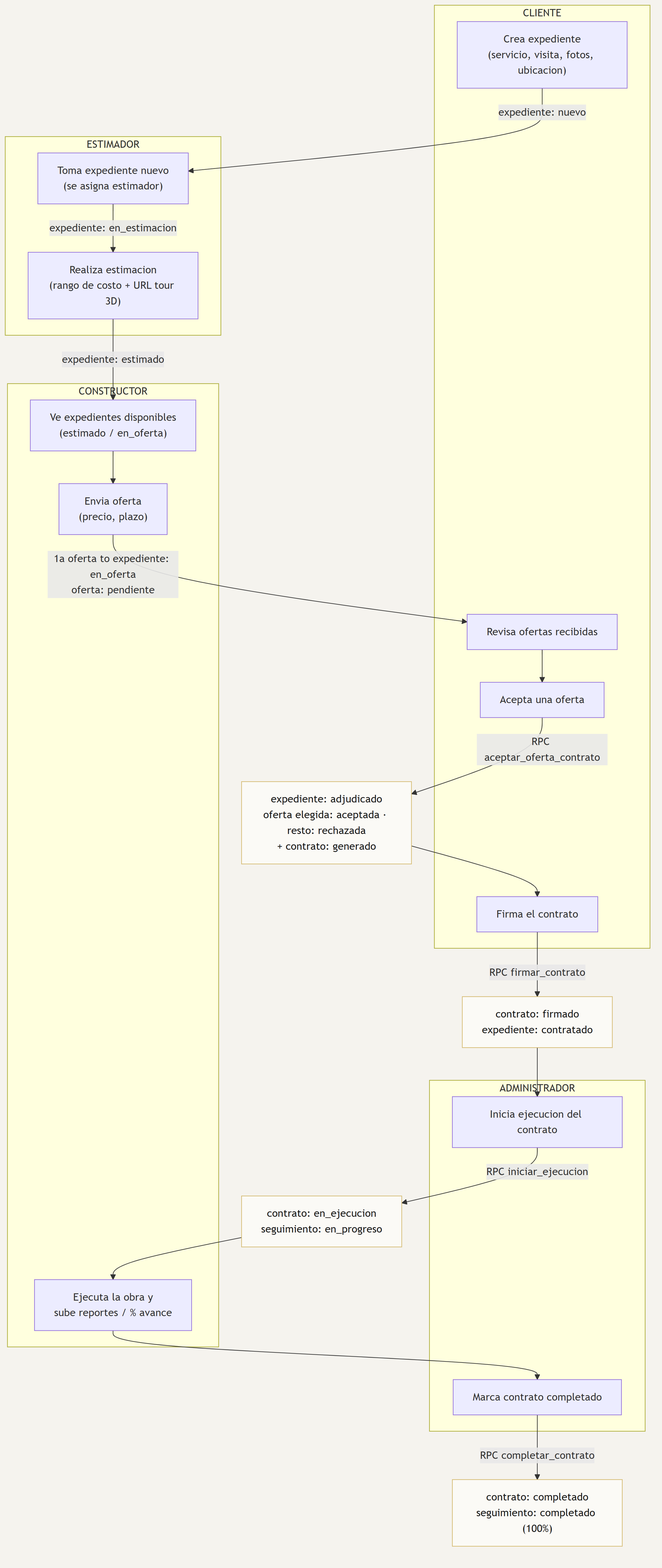
Before: docs/diagramas/01-flujo-extremo-a-extremo.png, a diagram exported from Mermaid (mynhar/Estimation3D). Its source is kept beside it as docs/diagramas/01-flujo-extremo-a-extremo.mmd. The source it was exported from:
```mermaid
flowchart TD
    subgraph CLIENTE
        A1["Crea expediente<br/>(servicio, visita, fotos, ubicacion)"]
        A2["Revisa ofertas recibidas"]
        A3["Acepta una oferta"]
        A4["Firma el contrato"]
    end

    subgraph ESTIMADOR
        B1["Toma expediente nuevo<br/>(se asigna estimador)"]
        B2["Realiza estimacion<br/>(rango de costo + URL tour 3D)"]
    end

    subgraph CONSTRUCTOR
        C1["Ve expedientes disponibles<br/>(estimado / en_oferta)"]
        C2["Envia oferta<br/>(precio, plazo)"]
        C3["Ejecuta la obra y<br/>sube reportes / % avance"]
    end

    subgraph ADMINISTRADOR
        D1["Inicia ejecucion del contrato"]
        D2["Marca contrato completado"]
    end

    A1 -->|expediente: nuevo| B1
    B1 -->|expediente: en_estimacion| B2
    B2 -->|expediente: estimado| C1
    C1 --> C2
    C2 -->|1a oferta to expediente: en_oferta<br/>oferta: pendiente| A2
    A2 --> A3
    A3 -->|RPC aceptar_oferta_contrato| ADJ
    ADJ["expediente: adjudicado<br/>oferta elegida: aceptada · resto: rechazada<br/>+ contrato: generado"] --> A4
    A4 -->|RPC firmar_contrato| FIRM
    FIRM["contrato: firmado<br/>expediente: contratado"] --> D1
    D1 -->|RPC iniciar_ejecucion| EJEC
    EJEC["contrato: en_ejecucion<br/>seguimiento: en_progreso"] --> C3
    C3 --> D2
    D2 -->|RPC completar_contrato| FIN
    FIN["contrato: completado<br/>seguimiento: completado (100%)"]

    classDef estado fill:#FBFAF6,stroke:#D4B96E,color:#1A1A1A;
    class ADJ,FIRM,EJEC,FIN estado;
```
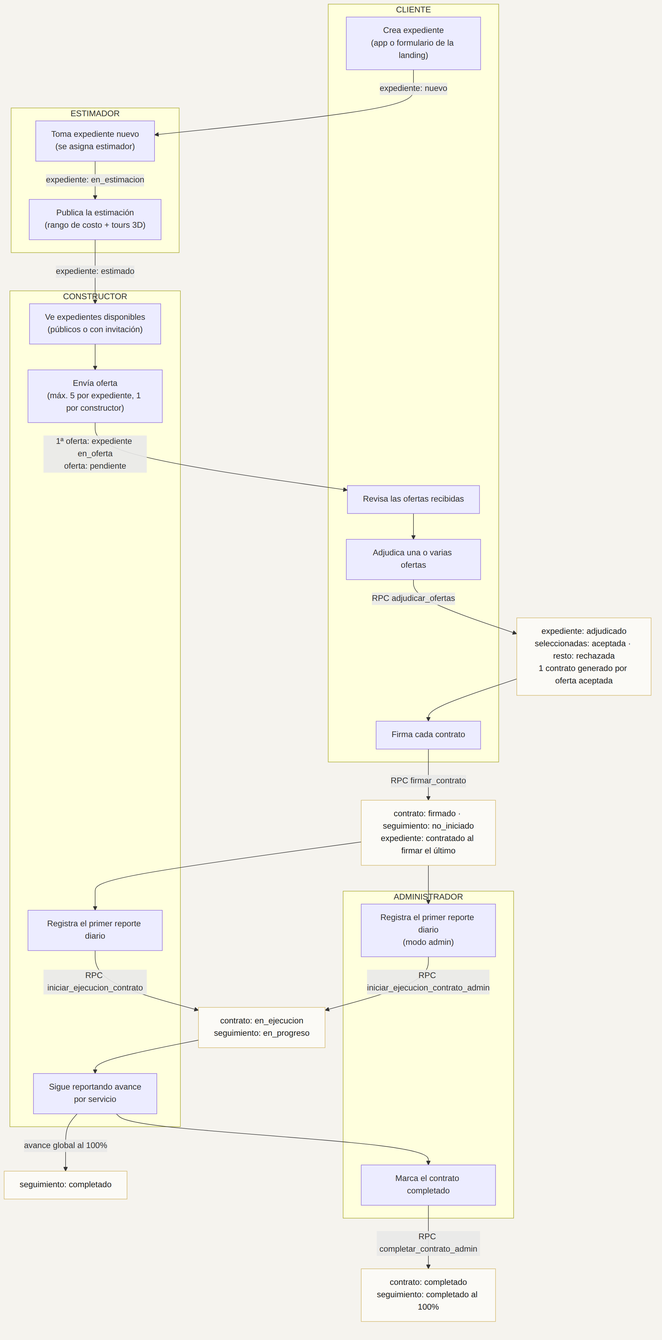
Later version of the same file.

Diff of the diagram source:
```diff
@@ -1,42 +1,45 @@
 flowchart TD
     subgraph CLIENTE
-        A1["Crea expediente<br/>(servicio, visita, fotos, ubicacion)"]
-        A2["Revisa ofertas recibidas"]
-        A3["Acepta una oferta"]
-        A4["Firma el contrato"]
+        A1["Crea expediente<br/>(app o formulario de la landing)"]
+        A2["Revisa las ofertas recibidas"]
+        A3["Adjudica una o varias ofertas"]
+        A4["Firma cada contrato"]
     end
 
     subgraph ESTIMADOR
         B1["Toma expediente nuevo<br/>(se asigna estimador)"]
-        B2["Realiza estimacion<br/>(rango de costo + URL tour 3D)"]
+        B2["Publica la estimación<br/>(rango de costo + tours 3D)"]
     end
 
     subgraph CONSTRUCTOR
-        C1["Ve expedientes disponibles<br/>(estimado / en_oferta)"]
-        C2["Envia oferta<br/>(precio, plazo)"]
-        C3["Ejecuta la obra y<br/>sube reportes / % avance"]
+        C1["Ve expedientes disponibles<br/>(públicos o con invitación)"]
+        C2["Envía oferta<br/>(máx. 5 por expediente, 1 por constructor)"]
+        C3["Registra el primer reporte diario"]
+        C4["Sigue reportando avance<br/>por servicio"]
     end
 
     subgraph ADMINISTRADOR
-        D1["Inicia ejecucion del contrato"]
-        D2["Marca contrato completado"]
+        D0["Registra el primer reporte diario<br/>(modo admin)"]
+        D1["Marca el contrato completado"]
     end
 
     A1 -->|expediente: nuevo| B1
     B1 -->|expediente: en_estimacion| B2
     B2 -->|expediente: estimado| C1
     C1 --> C2
-    C2 -->|1a oferta to expediente: en_oferta<br/>oferta: pendiente| A2
+    C2 -->|"1ª oferta: expediente en_oferta<br/>oferta: pendiente"| A2
     A2 --> A3
-    A3 -->|RPC aceptar_oferta_contrato| ADJ
-    ADJ["expediente: adjudicado<br/>oferta elegida: aceptada · resto: rechazada<br/>+ contrato: generado"] --> A4
+    A3 -->|RPC adjudicar_ofertas| ADJ
+    ADJ["expediente: adjudicado<br/>seleccionadas: aceptada · resto: rechazada<br/>1 contrato generado por oferta aceptada"] --> A4
     A4 -->|RPC firmar_contrato| FIRM
-    FIRM["contrato: firmado<br/>expediente: contratado"] --> D1
-    D1 -->|RPC iniciar_ejecucion| EJEC
-    EJEC["contrato: en_ejecucion<br/>seguimiento: en_progreso"] --> C3
-    C3 --> D2
-    D2 -->|RPC completar_contrato| FIN
-    FIN["contrato: completado<br/>seguimiento: completado (100%)"]
+    FIRM["contrato: firmado · seguimiento: no_iniciado<br/>expediente: contratado al firmar el último"] --> C3
+    FIRM --> D0
+    C3 -->|RPC iniciar_ejecucion_contrato| EJEC
+    D0 -->|RPC iniciar_ejecucion_contrato_admin| EJEC
+    EJEC["contrato: en_ejecucion<br/>seguimiento: en_progreso"] --> C4
+    C4 -->|avance global al 100%| OBRA["seguimiento: completado"]
+    C4 --> D1
+    D1 -->|RPC completar_contrato_admin| FIN["contrato: completado<br/>seguimiento: completado al 100%"]
 
     classDef estado fill:#FBFAF6,stroke:#D4B96E,color:#1A1A1A;
-    class ADJ,FIRM,EJEC,FIN estado;
+    class ADJ,FIRM,EJEC,OBRA,FIN estado;
```
